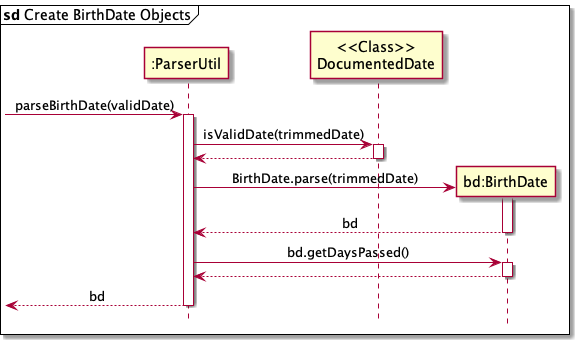
The PlantUML diagram docs/images/BirthDateCreationSequenceDiagram.png in pyk595/tp, before a commit.
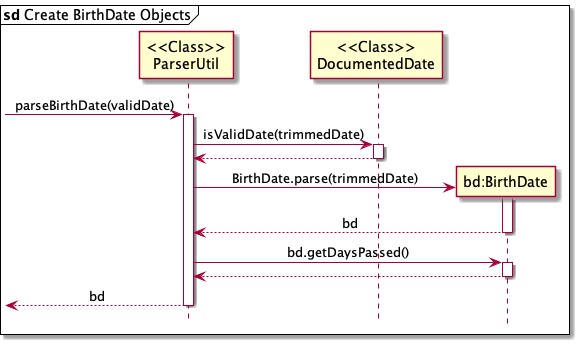
The same diagram one commit later.

Commit message:
Add recent date creation sequence diagram

The edit, as a diff of the source:
```diff
@@ -10,7 +10,7 @@
     BoxFontColor #FFFFFF
     FontName Arial
 }
-Participant ":ParserUtil" as util
+Participant "<<Class>>\nParserUtil" as util
 Participant "<<Class>>\nDocumentedDate" as dd
 Participant "bd:BirthDate" as bd
 
```
